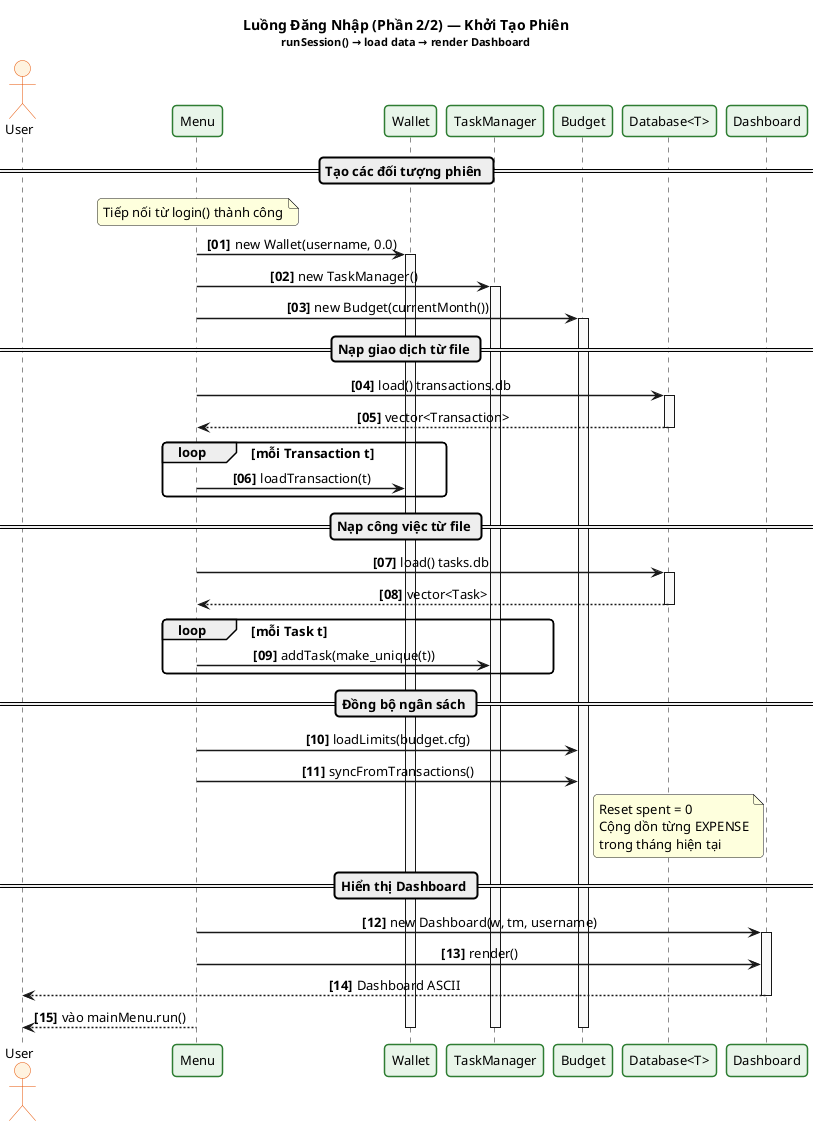
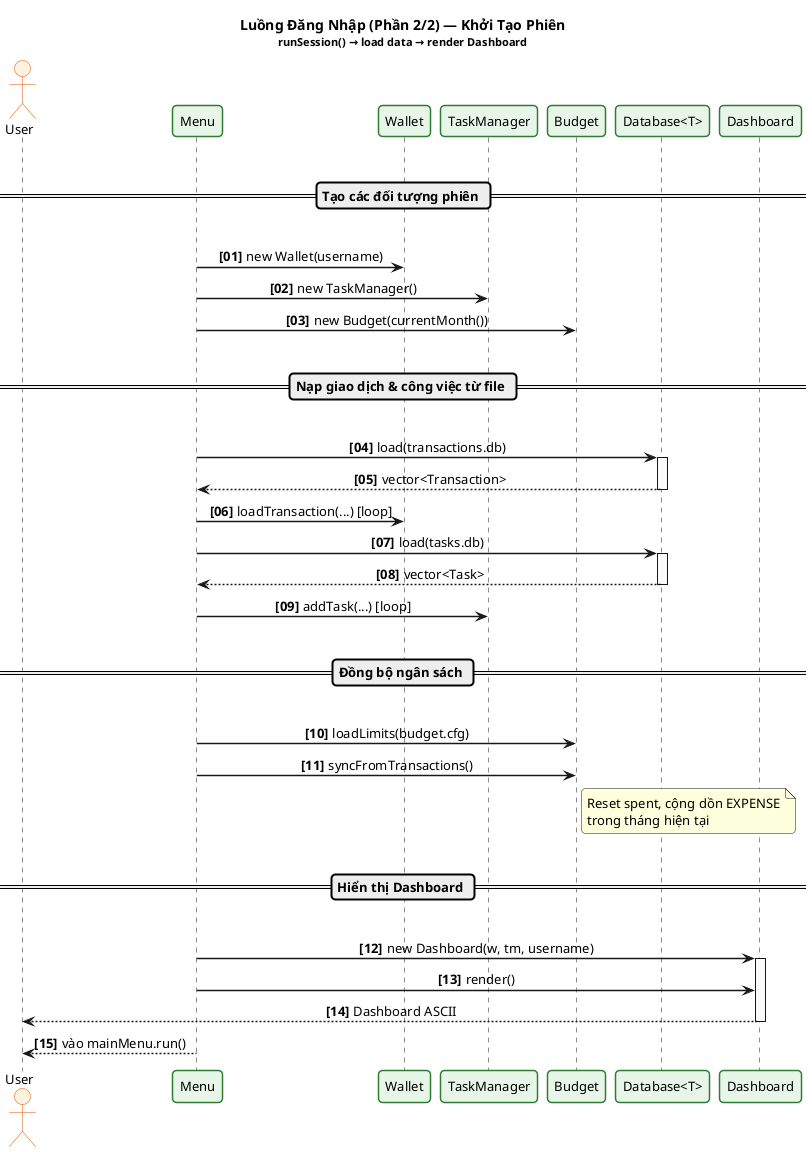
@startuml sequence_login_session

skinparam defaultFontSize 13
skinparam sequenceMessageAlign center
skinparam sequenceArrowThickness 1.5
skinparam lifelineBorderColor #444444
skinparam sequenceParticipantBorderThickness 1.5
skinparam shadowing false
skinparam roundCorner 8

skinparam sequence {
    LifeLineBackgroundColor #FAFAFA
    ParticipantBackgroundColor #E8F5E9
    ParticipantBorderColor #2E7D32
    ActorBackgroundColor #FFF3E0
    ActorBorderColor #E65100
}

autonumber "<b>[00]</b>"

title <b>Luồng Đăng Nhập (Phần 2/2) — Khởi Tạo Phiên</b>\n<size:11>runSession() → load data → render Dashboard</size>

actor       "User"             as U
participant "Menu"             as M
participant "Wallet"           as W
participant "TaskManager"      as TM
participant "Budget"           as BDG
participant "Database<T>"      as DB
participant "Dashboard"        as DASH

+ |||
== Tạo các đối tượng phiên ==
+ |||

- note over M : Tiếp nối từ login() thành công
+ M -> W   : new Wallet(username)
+ M -> TM  : new TaskManager()
+ M -> BDG : new Budget(currentMonth())

- M -> W   : new Wallet(username, 0.0)
- activate W
- M -> TM  : new TaskManager()
- activate TM
- M -> BDG : new Budget(currentMonth())
- activate BDG
+ |||
+ == Nạp giao dịch & công việc từ file ==
+ |||

- == Nạp giao dịch từ file ==
- 
- M -> DB  : load() transactions.db
+ M -> DB  : load(transactions.db)
activate DB
DB --> M : vector<Transaction>
deactivate DB
+ M -> W   : loadTransaction(...) [loop]

- loop mỗi Transaction t
-     M -> W : loadTransaction(t)
- end
- 
- == Nạp công việc từ file ==
- 
- M -> DB  : load() tasks.db
+ M -> DB  : load(tasks.db)
activate DB
DB --> M : vector<Task>
deactivate DB
+ M -> TM  : addTask(...) [loop]

- loop mỗi Task t
-     M -> TM : addTask(make_unique(t))
- end
- 
+ |||
== Đồng bộ ngân sách ==
+ |||

M -> BDG : loadLimits(budget.cfg)
M -> BDG : syncFromTransactions()

note right of BDG
-   Reset spent = 0
-   Cộng dồn từng EXPENSE
+   Reset spent, cộng dồn EXPENSE
  trong tháng hiện tại
end note

+ |||
== Hiển thị Dashboard ==
+ |||

M -> DASH : new Dashboard(w, tm, username)
activate DASH
M -> DASH : render()
DASH --> U : Dashboard ASCII
deactivate DASH

M --> U : vào mainMenu.run()

- deactivate W
- deactivate TM
- deactivate BDG
- 
- @enduml+ @enduml
